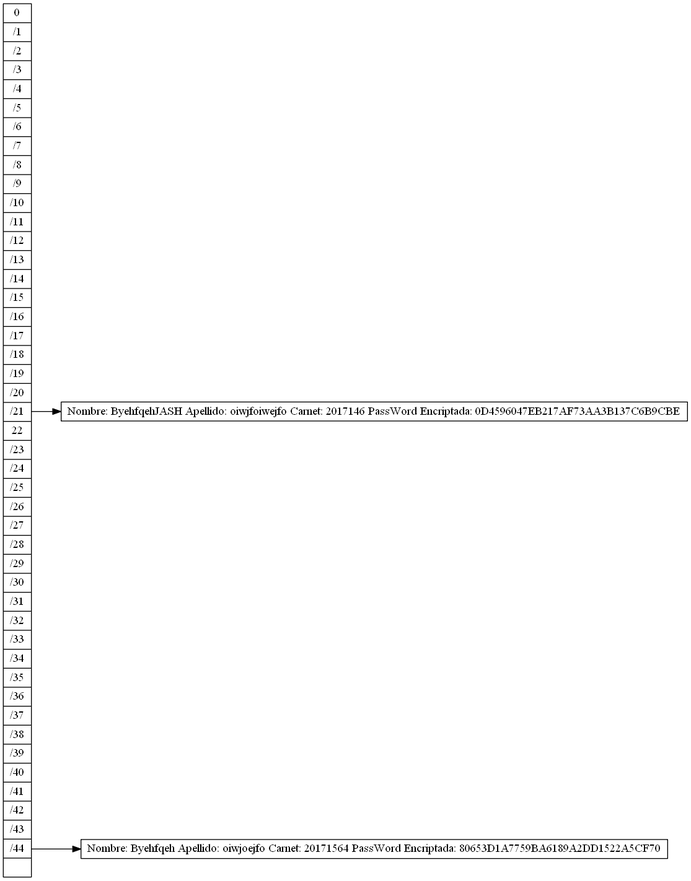
This is Proyecto2_201700733/Hash.png from ByLy23/BlockChain_Java, a Graphviz export, as it was before one commit. Its source is kept beside it as Proyecto2_201700733/Hash.dot. Its diagram source:
```dot
digraph Hash{
 rankdir= LR
 node[shape=record, width= 0.1, height= 0.1];
Nodo367385899[label="<P0>0|<P1>/1|<P2>/2|<P3>/3|<P4>/4|<P5>/5|<P6>/6|<P7>/7|<P8>/8|<P9>/9|<P10>/10|<P11>/11|<P12>/12|<P13>/13|<P14>/14|<P15>/15|<P16>/16|<P17>/17|<P18>/18|<P19>/19|<P20>/20|<P21>/21|<P22>22|<P23>/23|<P24>/24|<P25>/25|<P26>/26|<P27>/27|<P28>/28|<P29>/29|<P30>/30|<P31>/31|<P32>/32|<P33>/33|<P34>/34|<P35>/35|<P36>/36|<P37>/37|<P38>/38|<P39>/39|<P40>/40|<P41>/41|<P42>/42|<P43>/43|<P44>/44|<P45>"];
Nodo809543445[label=" Nombre: ByehfqehJASH Apellido:  oiwjfoiwejfo
 Carnet: 2017146
 PassWord Encriptada: 0D4596047EB217AF73AA3B137C6B9CBE"];
Nodo367385899:P21 ->Nodo809543445
Nodo393951918[label=" Nombre: Byehfqeh Apellido:  oiwjoejfo
 Carnet: 20171564
 PassWord Encriptada: 80653D1A7759BA6189A2DD1522A5CF70"];
Nodo367385899:P44 ->Nodo393951918

}
```
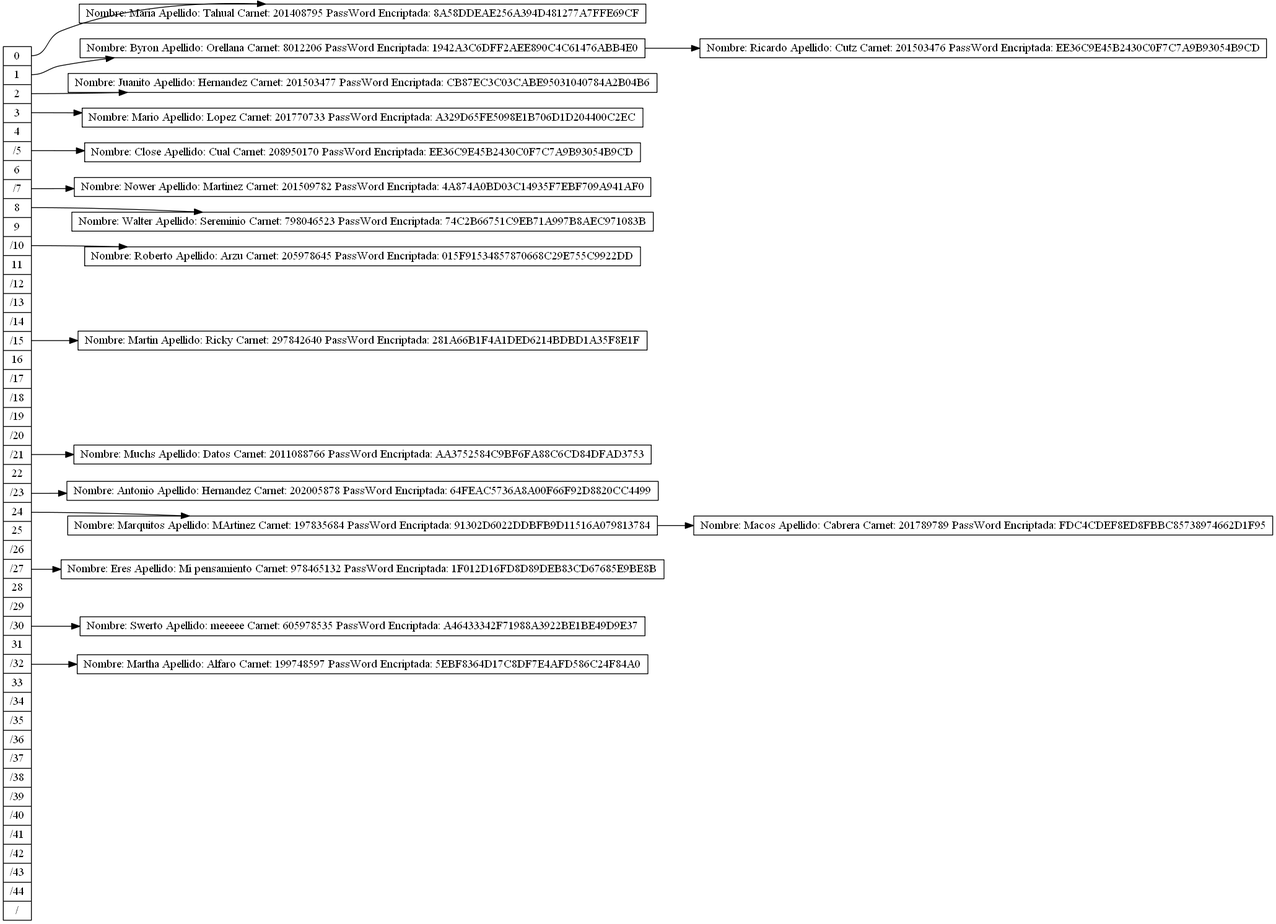
After the change.

Commit message:
terminando hash y avl

The edit, as a diff of the source:
```diff
@@ -1,14 +1,74 @@
 digraph Hash{
  rankdir= LR
  node[shape=record, width= 0.1, height= 0.1];
-Nodo367385899[label="<P0>0|<P1>/1|<P2>/2|<P3>/3|<P4>/4|<P5>/5|<P6>/6|<P7>/7|<P8>/8|<P9>/9|<P10>/10|<P11>/11|<P12>/12|<P13>/13|<P14>/14|<P15>/15|<P16>/16|<P17>/17|<P18>/18|<P19>/19|<P20>/20|<P21>/21|<P22>22|<P23>/23|<P24>/24|<P25>/25|<P26>/26|<P27>/27|<P28>/28|<P29>/29|<P30>/30|<P31>/31|<P32>/32|<P33>/33|<P34>/34|<P35>/35|<P36>/36|<P37>/37|<P38>/38|<P39>/39|<P40>/40|<P41>/41|<P42>/42|<P43>/43|<P44>/44|<P45>"];
-Nodo809543445[label=" Nombre: ByehfqehJASH Apellido:  oiwjfoiwejfo
- Carnet: 2017146
- PassWord Encriptada: 0D4596047EB217AF73AA3B137C6B9CBE"];
-Nodo367385899:P21 ->Nodo809543445
-Nodo393951918[label=" Nombre: Byehfqeh Apellido:  oiwjoejfo
- Carnet: 20171564
- PassWord Encriptada: 80653D1A7759BA6189A2DD1522A5CF70"];
-Nodo367385899:P44 ->Nodo393951918
+Nodo1714618310[label="<P0>0|<P1>1|<P2>2|<P3>3|<P4>4|<P5>/5|<P6>6|<P7>/7|<P8>8|<P9>9|<P10>/10|<P11>11|<P12>/12|<P13>/13|<P14>/14|<P15>/15|<P16>16|<P17>/17|<P18>/18|<P19>/19|<P20>/20|<P21>/21|<P22>22|<P23>/23|<P24>24|<P25>25|<P26>/26|<P27>/27|<P28>28|<P29>/29|<P30>/30|<P31>31|<P32>/32|<P33>33|<P34>/34|<P35>/35|<P36>/36|<P37>/37|<P38>/38|<P39>/39|<P40>/40|<P41>/41|<P42>/42|<P43>/43|<P44>/44|<P45>/"];
+Nodo1040921922[label=" Nombre: Maria Apellido:  Tahual
+ Carnet: 201408795
+ PassWord Encriptada: 8A58DDEAE256A394D481277A7FFE69CF"];
+Nodo1714618310:P0 ->Nodo1040921922
+Nodo1003820315[label=" Nombre: Byron Apellido:  Orellana
+ Carnet: 8012206
+ PassWord Encriptada: 1942A3C6DFF2AEE890C4C61476ABB4E0"];
+Nodo1003820315->Nodo702632414
+Nodo702632414[label=" Nombre: Ricardo Apellido:  Cutz
+ Carnet: 201503476
+ PassWord Encriptada: EE36C9E45B2430C0F7C7A9B93054B9CD"];
+Nodo1714618310:P1 ->Nodo1003820315
+Nodo1490835435[label=" Nombre: Juanito Apellido:  Hernandez
+ Carnet: 201503477
+ PassWord Encriptada: CB87EC3C03CABE95031040784A2B04B6"];
+Nodo1714618310:P2 ->Nodo1490835435
+Nodo1067108503[label=" Nombre: Mario Apellido:  Lopez
+ Carnet: 201770733
+ PassWord Encriptada: A329D65FE5098E1B706D1D204400C2EC"];
+Nodo1714618310:P3 ->Nodo1067108503
+Nodo754220978[label=" Nombre: Close Apellido:  Cual
+ Carnet: 208950170
+ PassWord Encriptada: EE36C9E45B2430C0F7C7A9B93054B9CD"];
+Nodo1714618310:P5 ->Nodo754220978
+Nodo263763027[label=" Nombre: Nower Apellido:  Martinez
+ Carnet: 201509782
+ PassWord Encriptada: 4A874A0BD03C14935F7EBF709A941AF0"];
+Nodo1714618310:P7 ->Nodo263763027
+Nodo903993664[label=" Nombre: Walter Apellido:  Sereminio
+ Carnet: 798046523
+ PassWord Encriptada: 74C2B66751C9EB71A997B8AEC971083B"];
+Nodo1714618310:P8 ->Nodo903993664
+Nodo1557557531[label=" Nombre: Roberto Apellido:  Arzu
+ Carnet: 205978645
+ PassWord Encriptada: 015F91534857870668C29E755C9922DD"];
+Nodo1714618310:P10 ->Nodo1557557531
+Nodo1397787868[label=" Nombre: Martin Apellido:  Ricky
+ Carnet: 297842640
+ PassWord Encriptada: 281A66B1F4A1DED6214BDBD1A35F8E1F"];
+Nodo1714618310:P15 ->Nodo1397787868
+Nodo427864265[label=" Nombre: Muchs Apellido:  Datos
+ Carnet: 2011088766
+ PassWord Encriptada: AA3752584C9BF6FA88C6CD84DFAD3753"];
+Nodo1714618310:P21 ->Nodo427864265
+Nodo579883360[label=" Nombre: Antonio Apellido:  Hernandez
+ Carnet: 202005878
+ PassWord Encriptada: 64FEAC5736A8A00F66F92D8820CC4499"];
+Nodo1714618310:P23 ->Nodo579883360
+Nodo1302442624[label=" Nombre: Marquitos Apellido:  MArtinez
+ Carnet: 197835684
+ PassWord Encriptada: 91302D6022DDBFB9D11516A079813784"];
+Nodo1302442624->Nodo440463748
+Nodo440463748[label=" Nombre: Macos Apellido:  Cabrera
+ Carnet: 201789789
+ PassWord Encriptada: FDC4CDEF8ED8FBBC85738974662D1F95"];
+Nodo1714618310:P24 ->Nodo1302442624
+Nodo114953469[label=" Nombre: Eres Apellido:  Mi pensamiento
+ Carnet: 978465132
+ PassWord Encriptada: 1F012D16FD8D89DEB83CD67685E9BE8B"];
+Nodo1714618310:P27 ->Nodo114953469
+Nodo652301847[label=" Nombre: Swerto Apellido:  meeeee
+ Carnet: 605978535
+ PassWord Encriptada: A46433342F71988A3922BE1BE49D9E37"];
+Nodo1714618310:P30 ->Nodo652301847
+Nodo1712637433[label=" Nombre: Martha Apellido:  Alfaro
+ Carnet: 199748597
+ PassWord Encriptada: 5EBF8364D17C8DF7E4AFD586C24F84A0"];
+Nodo1714618310:P32 ->Nodo1712637433
 
 }
```
